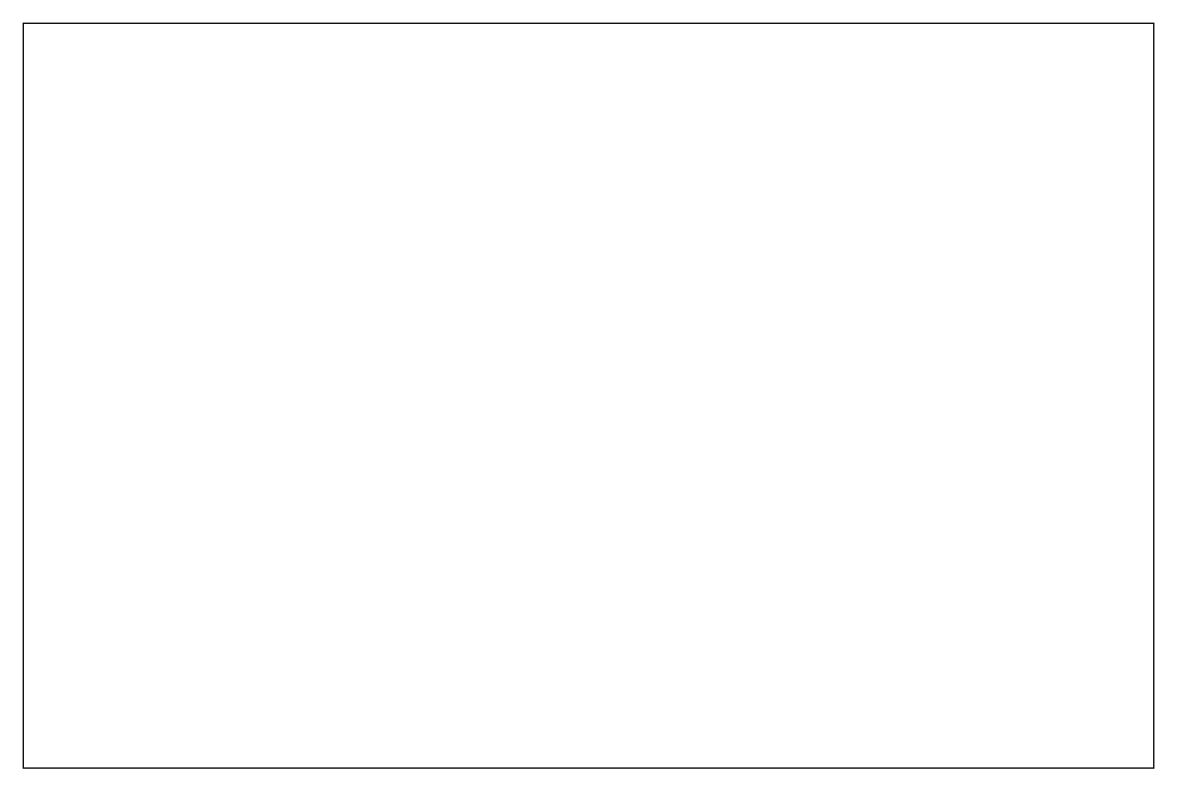
This is wireframe.drawio from airbaggrenade/WGU-D284, a draw.io file, before an edit. Source tidied: cells renumbered, new cells numbered last; positions are measured from the earlier drawing's top-left corner, leaving out a move shared by most shapes. Both pictures are drawn from the tidied source at 133%, with x=0, y=0 at pixel (23, 23).
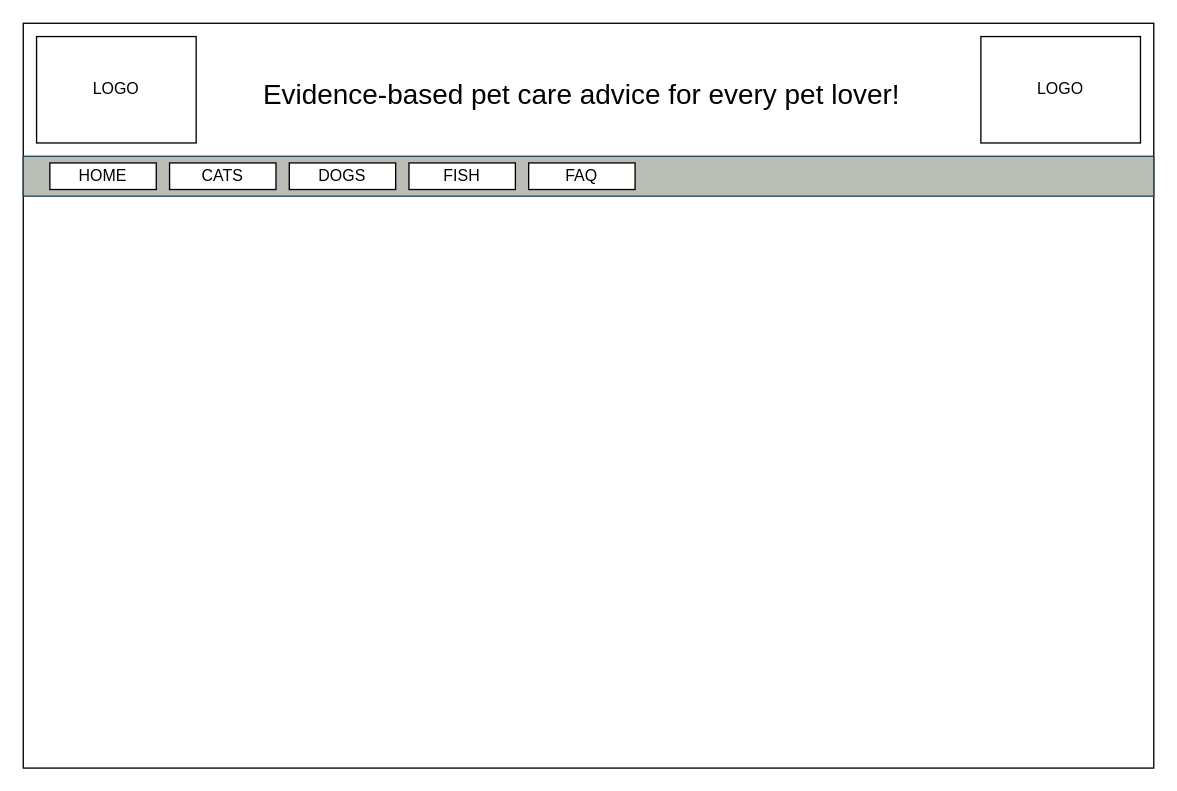
The same page after the edit.

The edit, as a diff of the source:
```diff
@@
 <mxGraphModel>
   <root>
     <mxCell id="0" />
     <mxCell id="1" parent="0" />
     <mxCell id="2" style="rounded=0;whiteSpace=wrap;html=1;" parent="1" vertex="1">
       <mxGeometry width="850" height="560" as="geometry" />
     </mxCell>
+    <mxCell id="3" value="&lt;div&gt;LOGO&lt;/div&gt;" style="rounded=0;whiteSpace=wrap;html=1;" parent="1" vertex="1">
+      <mxGeometry x="10" y="10" width="120" height="80" as="geometry" />
+    </mxCell>
+    <mxCell id="4" value="&lt;div&gt;LOGO&lt;/div&gt;" style="rounded=0;whiteSpace=wrap;html=1;" parent="1" vertex="1">
+      <mxGeometry x="720" y="10" width="120" height="80" as="geometry" />
+    </mxCell>
+    <mxCell id="5" value="&lt;font style=&quot;font-size: 21px;&quot;&gt;Evidence-based pet care advice for every pet lover!&lt;/font&gt;" style="text;html=1;align=center;verticalAlign=middle;whiteSpace=wrap;rounded=0;" parent="1" vertex="1">
+      <mxGeometry x="150" y="25" width="540" height="55" as="geometry" />
+    </mxCell>
+    <mxCell id="6" style="rounded=0;whiteSpace=wrap;html=1;fillColor=#babdb6;strokeColor=#23445d;" parent="1" vertex="1">
+      <mxGeometry y="100" width="850" height="30" as="geometry" />
+    </mxCell>
+    <mxCell id="7" value="HOME" style="rounded=0;whiteSpace=wrap;html=1;" parent="1" vertex="1">
+      <mxGeometry x="20" y="105" width="80" height="20" as="geometry" />
+    </mxCell>
+    <mxCell id="8" value="CATS" style="rounded=0;whiteSpace=wrap;html=1;" parent="1" vertex="1">
+      <mxGeometry x="110" y="105" width="80" height="20" as="geometry" />
+    </mxCell>
+    <mxCell id="9" value="DOGS" style="rounded=0;whiteSpace=wrap;html=1;" parent="1" vertex="1">
+      <mxGeometry x="200" y="105" width="80" height="20" as="geometry" />
+    </mxCell>
+    <mxCell id="10" value="FISH" style="rounded=0;whiteSpace=wrap;html=1;" parent="1" vertex="1">
+      <mxGeometry x="290" y="105" width="80" height="20" as="geometry" />
+    </mxCell>
+    <mxCell id="11" value="FAQ" style="rounded=0;whiteSpace=wrap;html=1;" parent="1" vertex="1">
+      <mxGeometry x="380" y="105" width="80" height="20" as="geometry" />
+    </mxCell>
   </root>
 </mxGraphModel>
```
